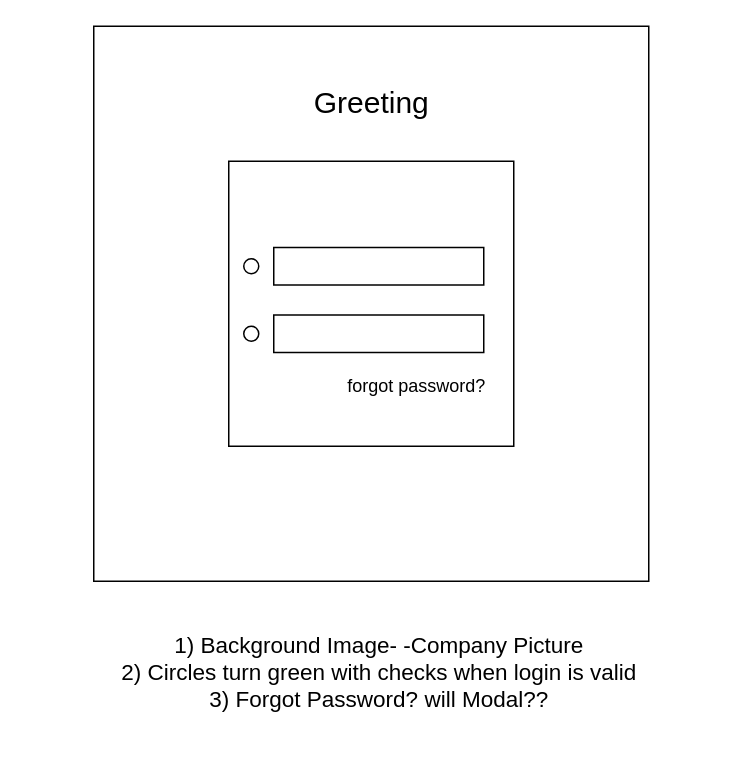
Above: VI_Logon_Component_View.drawio in TristanHoladay/VI_Design_Repo (draw.io), before the change. Source tidied: cells renumbered, new cells numbered last; positions are measured from the earlier drawing's top-left corner, leaving out a move shared by most shapes. Both pictures are drawn from the tidied source at 150%, with x=0, y=0 at pixel (26, 26).
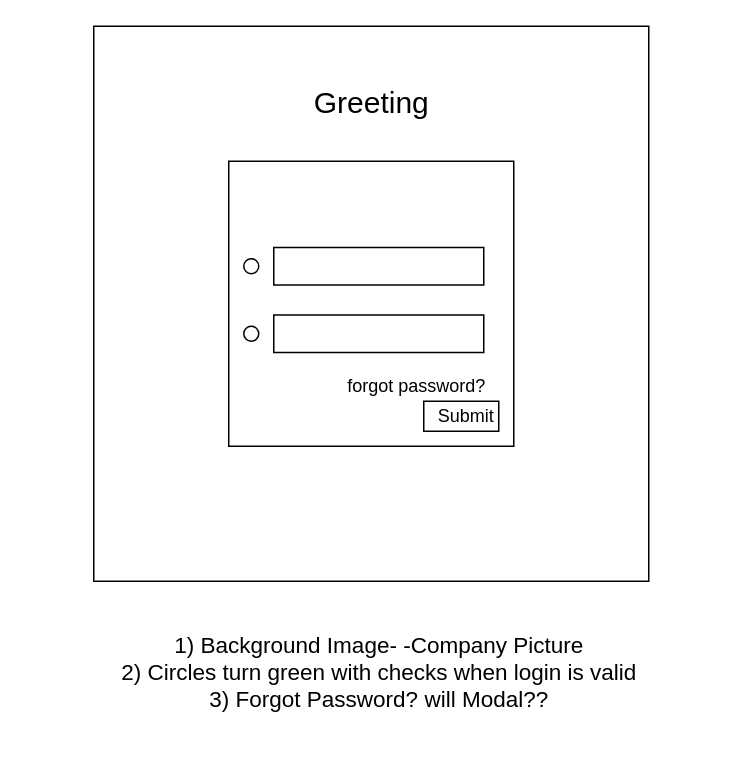
Above is the later version.

Diff of the diagram source:
```diff
@@
 <mxGraphModel background="#ffffff">
   <root>
     <mxCell id="0" />
     <mxCell id="1" parent="0" />
     <mxCell id="2" style="whiteSpace=wrap;html=1;" parent="1" vertex="1">
       <mxGeometry x="45" width="370" height="370" as="geometry" />
     </mxCell>
     <mxCell id="3" style="rounded=0;whiteSpace=wrap;html=1;" parent="1" vertex="1">
       <mxGeometry x="175" y="140" width="125" height="20" as="geometry" />
     </mxCell>
     <mxCell id="4" style="rounded=0;whiteSpace=wrap;html=1;" parent="1" vertex="1">
       <mxGeometry x="167.5" y="185" width="125" height="20" as="geometry" />
     </mxCell>
     <mxCell id="5" style="whiteSpace=wrap;html=1;" parent="1" vertex="1">
       <mxGeometry x="135" y="90" width="190" height="190" as="geometry" />
     </mxCell>
     <mxCell id="6" style="rounded=0;whiteSpace=wrap;html=1;" parent="1" vertex="1">
       <mxGeometry x="165" y="147.5" width="140" height="25" as="geometry" />
     </mxCell>
     <mxCell id="7" style="rounded=0;whiteSpace=wrap;html=1;" parent="1" vertex="1">
       <mxGeometry x="165" y="192.5" width="140" height="25" as="geometry" />
     </mxCell>
     <mxCell id="8" value="forgot password?" style="text;html=1;align=center;verticalAlign=middle;fillColor=none;strokeColor=none;rounded=0;" parent="1" vertex="1">
       <mxGeometry x="205" y="230" width="110" height="20" as="geometry" />
     </mxCell>
     <mxCell id="9" style="ellipse;whiteSpace=wrap;html=1;" parent="1" vertex="1">
       <mxGeometry x="145" y="155" width="10" height="10" as="geometry" />
     </mxCell>
     <mxCell id="10" style="ellipse;whiteSpace=wrap;html=1;" parent="1" vertex="1">
       <mxGeometry x="145" y="200" width="10" height="10" as="geometry" />
     </mxCell>
     <mxCell id="11" value="Greeting" style="text;html=1;align=center;verticalAlign=middle;fillColor=none;strokeColor=none;rounded=0;fontSize=20;" parent="1" vertex="1">
       <mxGeometry x="200" y="40" width="60" height="20" as="geometry" />
     </mxCell>
     <mxCell id="12" value="1) Background Image- -Company Picture&lt;br style=&quot;font-size: 15px;&quot;&gt;2) Circles turn green with checks when login is valid &lt;br style=&quot;font-size: 15px;&quot;&gt;3) Forgot Password? will Modal??&lt;br style=&quot;font-size: 15px;&quot;&gt;" style="text;html=1;align=center;verticalAlign=middle;fillColor=none;strokeColor=none;rounded=0;fontSize=15;" parent="1" vertex="1">
       <mxGeometry y="390" width="470" height="80" as="geometry" />
     </mxCell>
+    <mxCell id="13" style="rounded=0;whiteSpace=wrap;html=1;" parent="1" vertex="1">
+      <mxGeometry x="265" y="250" width="50" height="20" as="geometry" />
+    </mxCell>
+    <mxCell id="14" value="Submit" style="text;html=1;align=center;verticalAlign=middle;fillColor=none;strokeColor=none;rounded=0;" parent="1" vertex="1">
+      <mxGeometry x="267.5" y="250" width="50" height="20" as="geometry" />
+    </mxCell>
   </root>
 </mxGraphModel>
```
